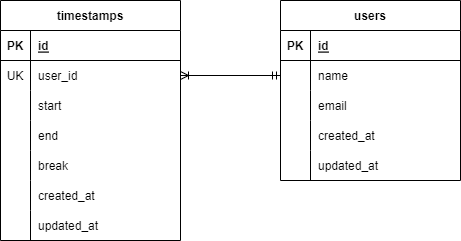
Earlier version of the draw.io export src/.drawio.png (yoshikiakazawa/atte_practice). Source tidied: cells renumbered, new cells last; positions are measured from the earlier drawing's top-left corner, leaving out a move shared by most shapes.
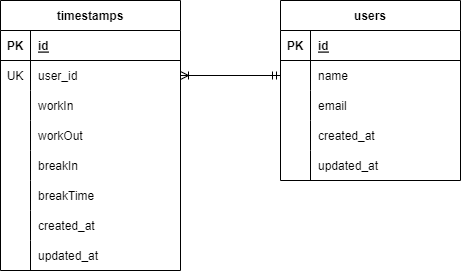
After the commit.

Diff of the diagram source:
```diff
@@ -3,7 +3,7 @@
     <mxCell id="0" />
     <mxCell id="1" parent="0" />
     <mxCell id="2" value="timestamps" style="shape=table;startSize=30;rowLines=0;fontStyle=1;align=center;" parent="1" vertex="1">
-      <mxGeometry width="180" height="240" as="geometry" />
+      <mxGeometry width="180" height="270" as="geometry" />
     </mxCell>
     <mxCell id="3" style="shape=tableRow;horizontal=0;startSize=0;swimlaneHead=0;swimlaneBody=0;fillColor=none;top=0;left=0;right=0;bottom=1;" parent="2" vertex="1">
       <mxGeometry y="30" width="180" height="30" as="geometry" />
@@ -29,7 +29,7 @@
     <mxCell id="10" style="shape=partialRectangle;fillColor=none;top=0;left=0;bottom=0;right=0;overflow=hidden;" parent="9" vertex="1">
       <mxGeometry width="30" height="30" as="geometry" />
     </mxCell>
-    <mxCell id="11" value="start" style="shape=partialRectangle;fillColor=none;top=0;left=0;bottom=0;right=0;align=left;spacingLeft=6;overflow=hidden;" parent="9" vertex="1">
+    <mxCell id="11" value="workIn" style="shape=partialRectangle;fillColor=none;top=0;left=0;bottom=0;right=0;align=left;spacingLeft=6;overflow=hidden;" parent="9" vertex="1">
       <mxGeometry x="30" width="150" height="30" as="geometry" />
     </mxCell>
     <mxCell id="12" style="shape=tableRow;horizontal=0;startSize=0;swimlaneHead=0;swimlaneBody=0;fillColor=none;top=0;left=0;right=0;bottom=0;" parent="2" vertex="1">
@@ -38,7 +38,7 @@
     <mxCell id="13" style="shape=partialRectangle;fillColor=none;top=0;left=0;bottom=0;right=0;overflow=hidden;" parent="12" vertex="1">
       <mxGeometry width="30" height="30" as="geometry" />
     </mxCell>
-    <mxCell id="14" value="end" style="shape=partialRectangle;fillColor=none;top=0;left=0;bottom=0;right=0;align=left;spacingLeft=6;overflow=hidden;" parent="12" vertex="1">
+    <mxCell id="14" value="workOut" style="shape=partialRectangle;fillColor=none;top=0;left=0;bottom=0;right=0;align=left;spacingLeft=6;overflow=hidden;" parent="12" vertex="1">
       <mxGeometry x="30" width="150" height="30" as="geometry" />
     </mxCell>
     <mxCell id="15" style="shape=tableRow;horizontal=0;startSize=0;swimlaneHead=0;swimlaneBody=0;fillColor=none;top=0;left=0;right=0;bottom=0;" parent="2" vertex="1">
@@ -47,11 +47,20 @@
     <mxCell id="16" style="shape=partialRectangle;fillColor=none;top=0;left=0;bottom=0;right=0;overflow=hidden;" parent="15" vertex="1">
       <mxGeometry width="30" height="30" as="geometry" />
     </mxCell>
-    <mxCell id="17" value="break" style="shape=partialRectangle;fillColor=none;top=0;left=0;bottom=0;right=0;align=left;spacingLeft=6;overflow=hidden;" parent="15" vertex="1">
+    <mxCell id="17" value="breakIn" style="shape=partialRectangle;fillColor=none;top=0;left=0;bottom=0;right=0;align=left;spacingLeft=6;overflow=hidden;" parent="15" vertex="1">
       <mxGeometry x="30" width="150" height="30" as="geometry" />
     </mxCell>
+    <mxCell id="41" style="shape=tableRow;horizontal=0;startSize=0;swimlaneHead=0;swimlaneBody=0;fillColor=none;top=0;left=0;right=0;bottom=0;" parent="2" vertex="1">
+      <mxGeometry y="180" width="180" height="30" as="geometry" />
+    </mxCell>
+    <mxCell id="42" style="shape=partialRectangle;fillColor=none;top=0;left=0;bottom=0;right=0;overflow=hidden;" parent="41" vertex="1">
+      <mxGeometry width="30" height="30" as="geometry" />
+    </mxCell>
+    <mxCell id="43" value="breakTime" style="shape=partialRectangle;fillColor=none;top=0;left=0;bottom=0;right=0;align=left;spacingLeft=6;overflow=hidden;" parent="41" vertex="1">
+      <mxGeometry x="30" width="150" height="30" as="geometry" />
+    </mxCell>
     <mxCell id="18" style="shape=tableRow;horizontal=0;startSize=0;swimlaneHead=0;swimlaneBody=0;fillColor=none;top=0;left=0;right=0;bottom=0;" parent="2" vertex="1">
-      <mxGeometry y="180" width="180" height="30" as="geometry" />
+      <mxGeometry y="210" width="180" height="30" as="geometry" />
     </mxCell>
     <mxCell id="19" style="shape=partialRectangle;fillColor=none;top=0;left=0;bottom=0;right=0;overflow=hidden;" parent="18" vertex="1">
       <mxGeometry width="30" height="30" as="geometry" />
@@ -60,7 +69,7 @@
       <mxGeometry x="30" width="150" height="30" as="geometry" />
     </mxCell>
     <mxCell id="21" style="shape=tableRow;horizontal=0;startSize=0;swimlaneHead=0;swimlaneBody=0;fillColor=none;top=0;left=0;right=0;bottom=0;" parent="2" vertex="1">
-      <mxGeometry y="210" width="180" height="30" as="geometry" />
+      <mxGeometry y="240" width="180" height="30" as="geometry" />
     </mxCell>
     <mxCell id="22" style="shape=partialRectangle;fillColor=none;top=0;left=0;bottom=0;right=0;overflow=hidden;" parent="21" vertex="1">
       <mxGeometry width="30" height="30" as="geometry" />
```
